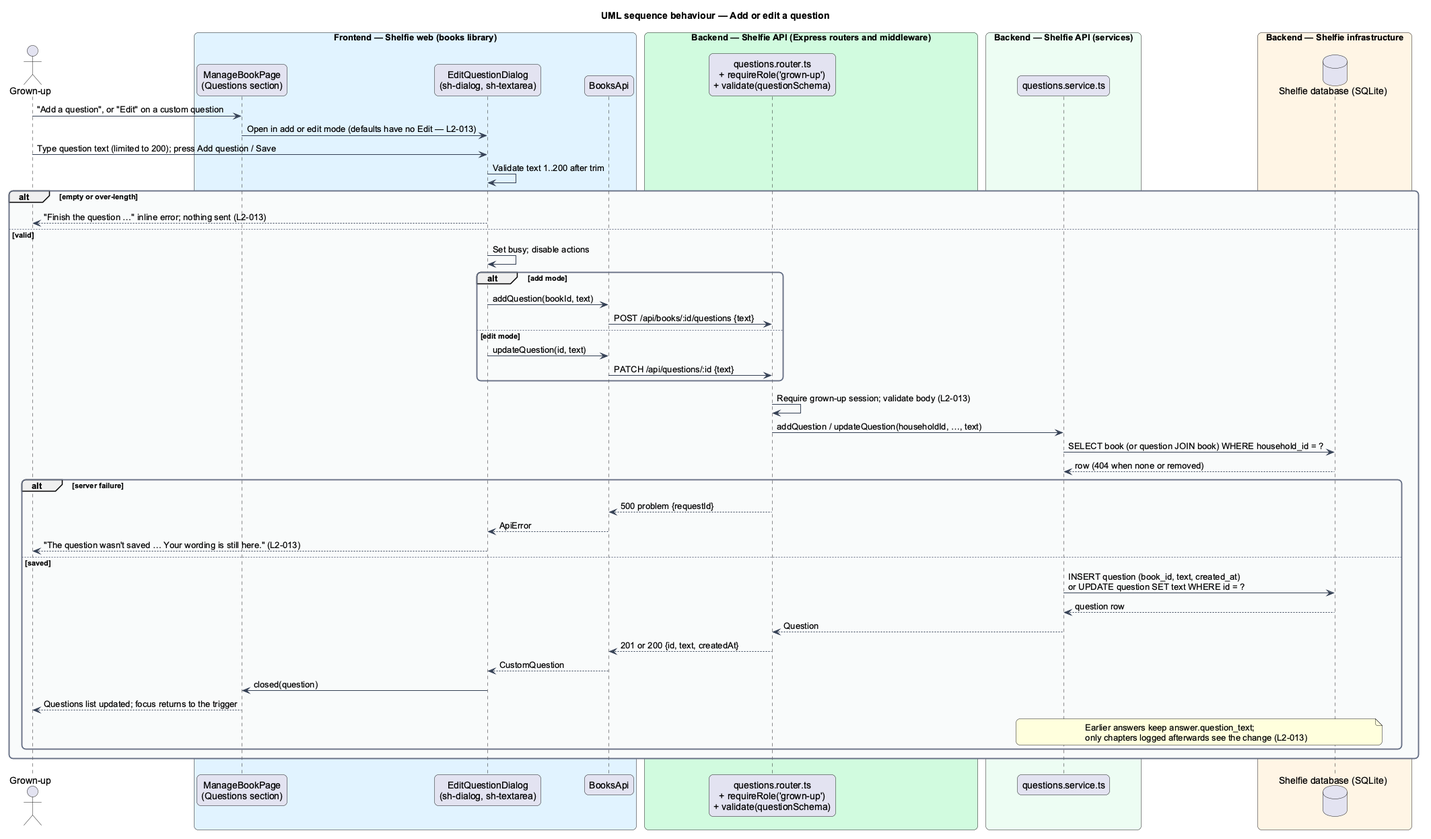
The PlantUML diagram docs/detailed-designs/books/manage-questions/diagrams/sequence-save-question.png in QuinntyneBrown/shelfie, before a commit.
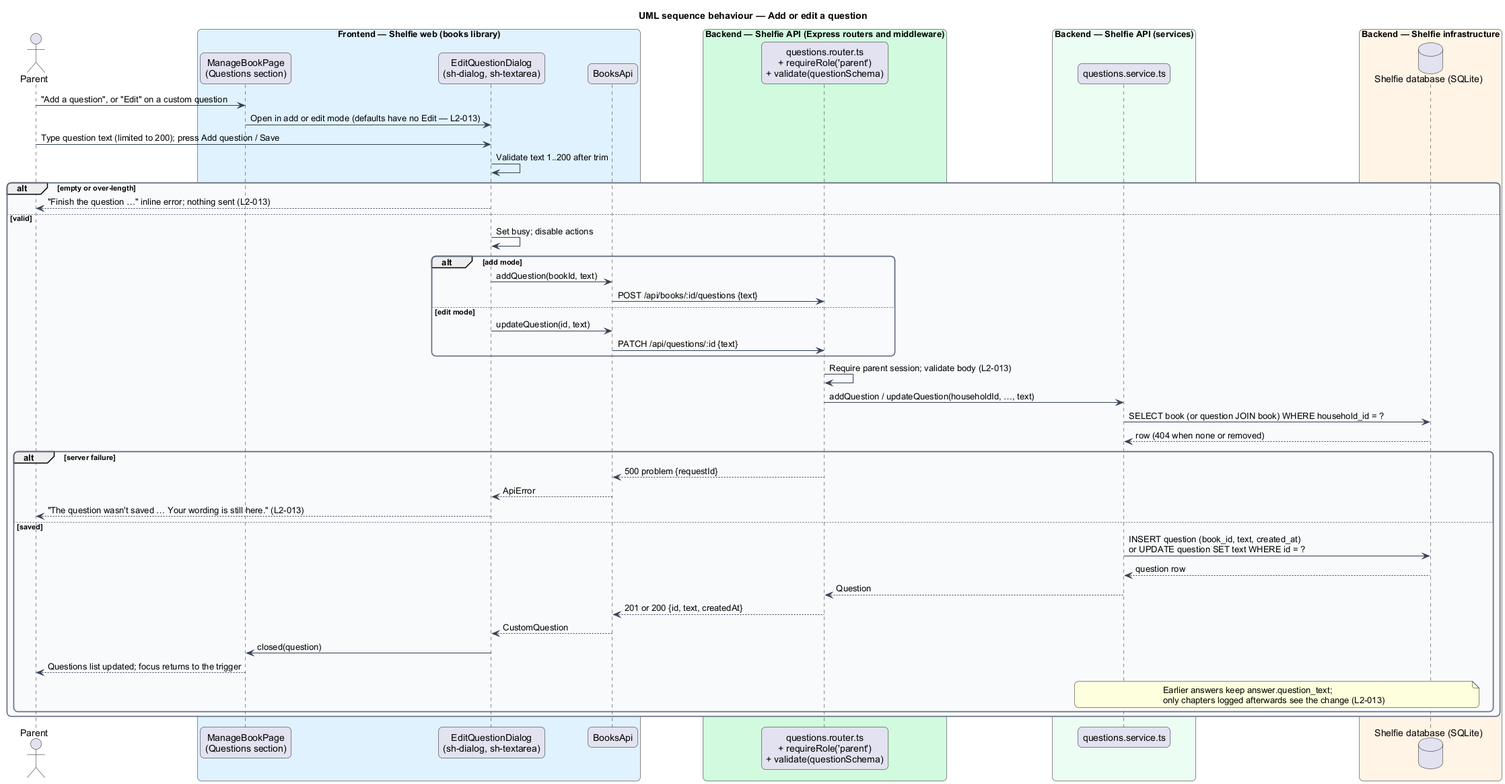
After the commit.

Diff of the diagram source:
```diff
@@ -14,14 +14,14 @@
   FontColor #101828
   BackgroundColor #F9FAFB
 }
-actor "Grown-up" as grownUp
+actor "Parent" as grownUp
 box "Frontend — Shelfie web (books library)" #E0F2FE
   participant "ManageBookPage\n(Questions section)" as page
   participant "EditQuestionDialog\n(sh-dialog, sh-textarea)" as dialog
   participant "BooksApi" as client
 end box
 box "Backend — Shelfie API (Express routers and middleware)" #D1FADF
-  participant "questions.router.ts\n+ requireRole('grown-up')\n+ validate(questionSchema)" as router
+  participant "questions.router.ts\n+ requireRole('parent')\n+ validate(questionSchema)" as router
 end box
 box "Backend — Shelfie API (services)" #ECFDF3
   participant "questions.service.ts" as service
@@ -45,7 +45,7 @@
     dialog -> client : updateQuestion(id, text)
     client -> router : PATCH /api/questions/:id {text}
   end
-  router -> router : Require grown-up session; validate body (L2-013)
+  router -> router : Require parent session; validate body (L2-013)
   router -> service : addQuestion / updateQuestion(householdId, …, text)
   service -> db : SELECT book (or question JOIN book) WHERE household_id = ?
   db --> service : row (404 when none or removed)
```
